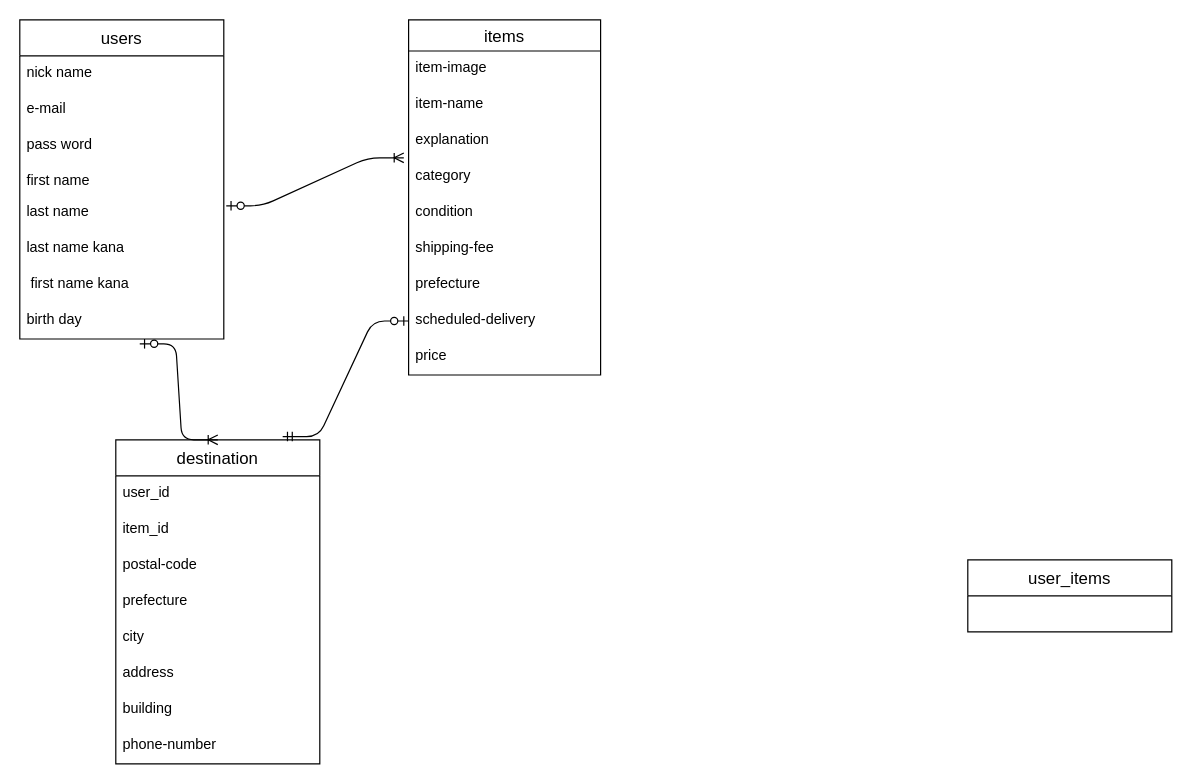
hassy-jp/furima-34311 keeps this draw.io diagram as furima-ER.dio. Above is the earlier version. Source tidied: cells renumbered, new cells numbered last; positions are measured from the earlier drawing's top-left corner, leaving out a move shared by most shapes. Both pictures are drawn from the tidied source at 120%, with x=0, y=0 at pixel (19, 19).
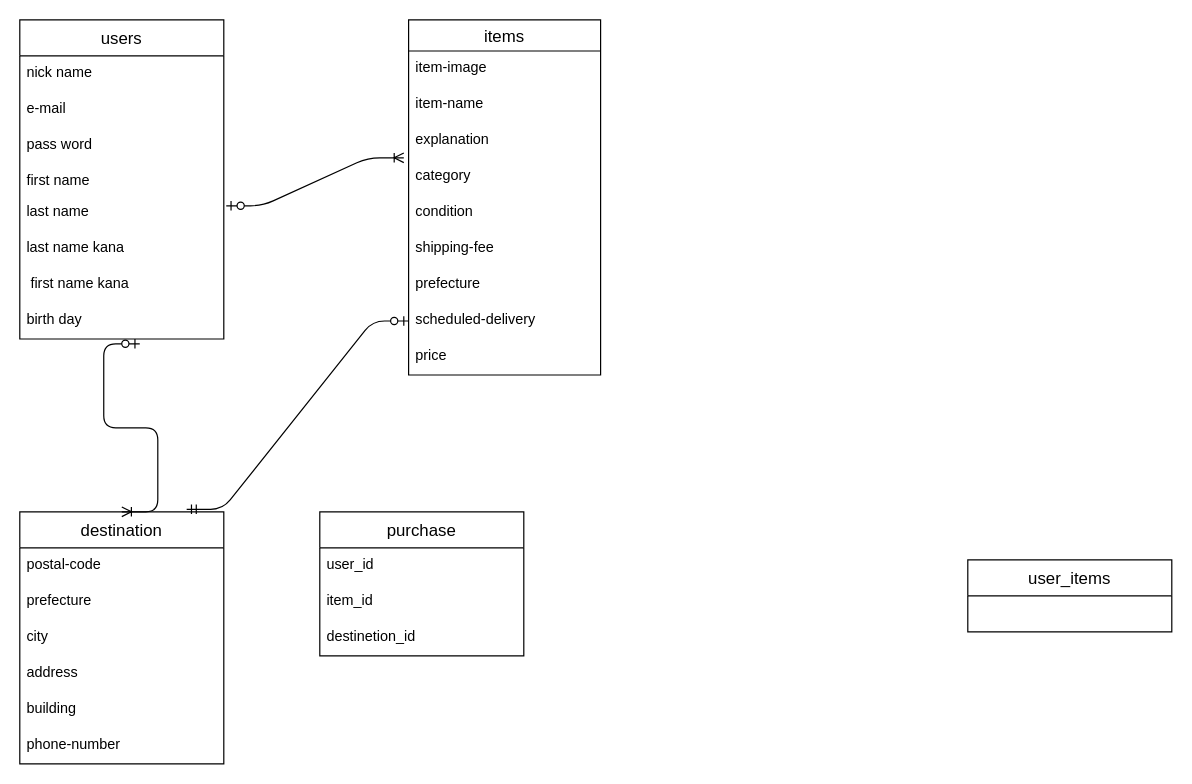
Above is the later version.

Commit message (it also covers changes not shown here):
データベース設計修正2

Diff of the diagram source:
```diff
@@
     <mxCell id="21" value="destination" style="swimlane;fontStyle=0;horizontal=1;startSize=30;align=center;fontSize=14;" parent="1" vertex="1">
-      <mxGeometry x="80" y="350" width="170" height="270" as="geometry" />
+      <mxGeometry y="410" width="170" height="210" as="geometry" />
     </mxCell>
-    <mxCell id="22" value="user_id" style="text;strokeColor=none;fillColor=none;spacingLeft=4;spacingRight=4;overflow=hidden;fontSize=12;" parent="21" vertex="1">
-      <mxGeometry y="30" width="170" height="30" as="geometry" />
-    </mxCell>
-    <mxCell id="23" value="item_id" style="text;strokeColor=none;fillColor=none;spacingLeft=4;spacingRight=4;overflow=hidden;fontSize=12;" parent="21" vertex="1">
-      <mxGeometry y="60" width="170" height="30" as="geometry" />
-    </mxCell>
     <mxCell id="24" value="postal-code" style="text;strokeColor=none;fillColor=none;spacingLeft=4;spacingRight=4;overflow=hidden;fontSize=12;" parent="21" vertex="1">
-      <mxGeometry y="90" width="170" height="30" as="geometry" />
+      <mxGeometry y="30" width="170" height="30" as="geometry" />
     </mxCell>
     <mxCell id="25" value="prefecture" style="text;strokeColor=none;fillColor=none;spacingLeft=4;spacingRight=4;overflow=hidden;fontSize=12;" parent="21" vertex="1">
-      <mxGeometry y="120" width="170" height="30" as="geometry" />
+      <mxGeometry y="60" width="170" height="30" as="geometry" />
     </mxCell>
     <mxCell id="26" value="city" style="text;strokeColor=none;fillColor=none;spacingLeft=4;spacingRight=4;overflow=hidden;fontSize=12;" parent="21" vertex="1">
-      <mxGeometry y="150" width="170" height="30" as="geometry" />
+      <mxGeometry y="90" width="170" height="30" as="geometry" />
     </mxCell>
     <mxCell id="27" value="address" style="text;strokeColor=none;fillColor=none;spacingLeft=4;spacingRight=4;overflow=hidden;fontSize=12;" parent="21" vertex="1">
-      <mxGeometry y="180" width="170" height="30" as="geometry" />
+      <mxGeometry y="120" width="170" height="30" as="geometry" />
     </mxCell>
     <mxCell id="28" value="building" style="text;strokeColor=none;fillColor=none;spacingLeft=4;spacingRight=4;overflow=hidden;fontSize=12;" parent="21" vertex="1">
-      <mxGeometry y="210" width="170" height="30" as="geometry" />
+      <mxGeometry y="150" width="170" height="30" as="geometry" />
     </mxCell>
     <mxCell id="29" value="phone-number" style="text;strokeColor=none;fillColor=none;spacingLeft=4;spacingRight=4;overflow=hidden;fontSize=12;" parent="21" vertex="1">
-      <mxGeometry y="240" width="170" height="30" as="geometry" />
+      <mxGeometry y="180" width="170" height="30" as="geometry" />
     </mxCell>
@@
+    <mxCell id="34" value="purchase" style="swimlane;fontStyle=0;horizontal=1;startSize=30;align=center;fontSize=14;" parent="1" vertex="1">
+      <mxGeometry x="250" y="410" width="170" height="120" as="geometry" />
+    </mxCell>
+    <mxCell id="22" value="user_id" style="text;strokeColor=none;fillColor=none;spacingLeft=4;spacingRight=4;overflow=hidden;fontSize=12;" parent="34" vertex="1">
+      <mxGeometry y="30" width="170" height="30" as="geometry" />
+    </mxCell>
+    <mxCell id="23" value="item_id" style="text;strokeColor=none;fillColor=none;spacingLeft=4;spacingRight=4;overflow=hidden;fontSize=12;" parent="34" vertex="1">
+      <mxGeometry y="60" width="170" height="30" as="geometry" />
+    </mxCell>
+    <mxCell id="35" value="destinetion_id" style="text;strokeColor=none;fillColor=none;spacingLeft=4;spacingRight=4;overflow=hidden;fontSize=12;" parent="34" vertex="1">
+      <mxGeometry y="90" width="170" height="30" as="geometry" />
+    </mxCell>
```
